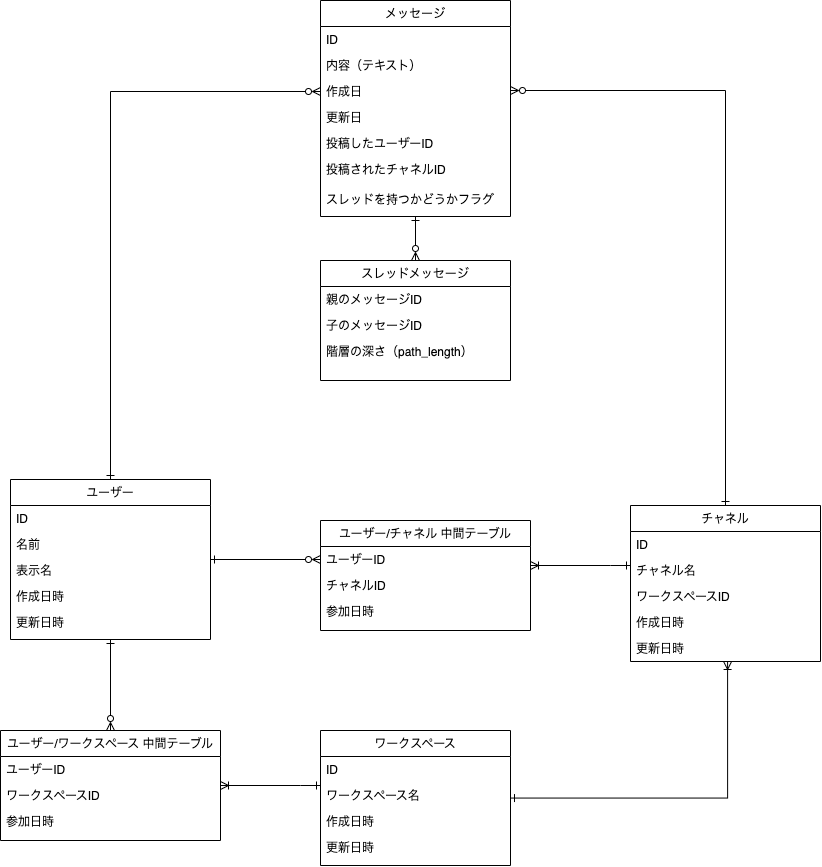
Before: db/reconsideration/DB2 Diagram.drawio.png, a diagram exported from draw.io (yuikoito/PrAhaChallenge). Source tidied: cells renumbered, new cells last; positions are measured from the earlier drawing's top-left corner, leaving out a move shared by most shapes.
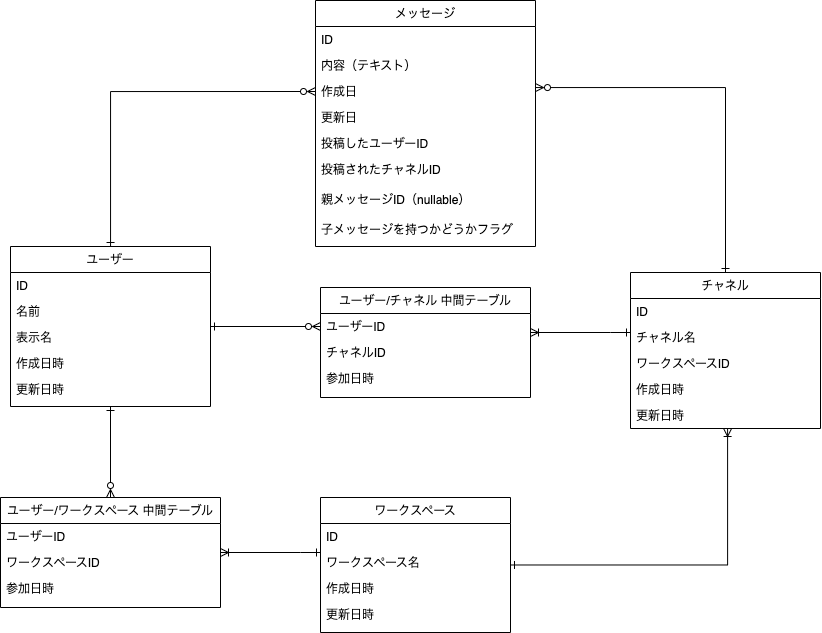
Above is the later version.

Diff of the diagram source:
```diff
@@ -29,52 +29,40 @@
     <mxCell id="10" value="更新日時&#10;" style="text;align=left;verticalAlign=top;spacingLeft=4;spacingRight=4;overflow=hidden;" parent="5" vertex="1">
       <mxGeometry y="130" width="200" height="26" as="geometry" />
     </mxCell>
-    <mxCell id="11" style="edgeStyle=orthogonalEdgeStyle;rounded=0;jettySize=auto;html=1;entryX=0.5;entryY=0;entryDx=0;entryDy=0;startArrow=ERone;startFill=0;endArrow=ERzeroToMany;endFill=0;" parent="1" edge="1" source="13" target="21">
-      <mxGeometry relative="1" as="geometry" />
-    </mxCell>
     <mxCell id="12" style="edgeStyle=orthogonalEdgeStyle;rounded=0;jettySize=auto;html=1;startArrow=ERzeroToMany;startFill=0;endArrow=ERone;endFill=0;" parent="1" edge="1" source="13" target="26">
       <mxGeometry relative="1" as="geometry">
         <Array as="points">
-          <mxPoint x="725" y="90" />
+          <mxPoint x="725" y="320" />
         </Array>
       </mxGeometry>
     </mxCell>
     <mxCell id="13" value="メッセージ" style="swimlane;fontStyle=0;align=center;verticalAlign=top;horizontal=1;startSize=26;rounded=0;shadow=0;strokeWidth=1;" parent="1" vertex="1">
-      <mxGeometry x="320" width="190" height="216" as="geometry" />
+      <mxGeometry x="315" y="233" width="220" height="246" as="geometry" />
     </mxCell>
     <mxCell id="14" value="ID" style="text;align=left;verticalAlign=top;spacingLeft=4;spacingRight=4;overflow=hidden;" parent="13" vertex="1">
-      <mxGeometry y="26" width="190" height="26" as="geometry" />
+      <mxGeometry y="26" width="220" height="26" as="geometry" />
     </mxCell>
     <mxCell id="15" value="内容（テキスト）" style="text;align=left;verticalAlign=top;spacingLeft=4;spacingRight=4;overflow=hidden;" parent="13" vertex="1">
-      <mxGeometry y="52" width="190" height="26" as="geometry" />
+      <mxGeometry y="52" width="220" height="26" as="geometry" />
     </mxCell>
     <mxCell id="16" value="作成日" style="text;align=left;verticalAlign=top;spacingLeft=4;spacingRight=4;overflow=hidden;points=[[0,0.5],[1,0.5]];portConstraint=eastwest;rounded=0;shadow=0;html=0;" parent="13" vertex="1">
-      <mxGeometry y="78" width="190" height="26" as="geometry" />
+      <mxGeometry y="78" width="220" height="26" as="geometry" />
     </mxCell>
     <mxCell id="17" value="更新日&#10;" style="text;align=left;verticalAlign=top;spacingLeft=4;spacingRight=4;overflow=hidden;rounded=0;shadow=0;html=0;" parent="13" vertex="1">
-      <mxGeometry y="104" width="190" height="26" as="geometry" />
+      <mxGeometry y="104" width="220" height="26" as="geometry" />
     </mxCell>
     <mxCell id="18" value="投稿したユーザーID" style="text;align=left;verticalAlign=top;spacingLeft=4;spacingRight=4;overflow=hidden;" parent="13" vertex="1">
-      <mxGeometry y="130" width="190" height="26" as="geometry" />
+      <mxGeometry y="130" width="220" height="26" as="geometry" />
     </mxCell>
     <mxCell id="19" value="投稿されたチャネルID" style="text;align=left;verticalAlign=top;spacingLeft=4;spacingRight=4;overflow=hidden;" parent="13" vertex="1">
-      <mxGeometry y="156" width="190" height="30" as="geometry" />
+      <mxGeometry y="156" width="220" height="30" as="geometry" />
     </mxCell>
-    <mxCell id="20" value="スレッドを持つかどうかフラグ" style="text;align=left;verticalAlign=top;spacingLeft=4;spacingRight=4;overflow=hidden;" parent="13" vertex="1">
-      <mxGeometry y="186" width="190" height="30" as="geometry" />
+    <mxCell id="20" value="親メッセージID（nullable）" style="text;align=left;verticalAlign=top;spacingLeft=4;spacingRight=4;overflow=hidden;" parent="13" vertex="1">
+      <mxGeometry y="186" width="220" height="30" as="geometry" />
     </mxCell>
-    <mxCell id="21" value="スレッドメッセージ" style="swimlane;fontStyle=0;align=center;verticalAlign=top;horizontal=1;startSize=26;rounded=0;shadow=0;strokeWidth=1;" parent="1" vertex="1">
-      <mxGeometry x="320" y="260" width="190" height="120" as="geometry" />
-    </mxCell>
-    <mxCell id="22" value="親のメッセージID" style="text;align=left;verticalAlign=top;spacingLeft=4;spacingRight=4;overflow=hidden;" parent="21" vertex="1">
-      <mxGeometry y="26" width="190" height="26" as="geometry" />
-    </mxCell>
-    <mxCell id="23" value="子のメッセージID" style="text;align=left;verticalAlign=top;spacingLeft=4;spacingRight=4;overflow=hidden;" parent="21" vertex="1">
-      <mxGeometry y="52" width="190" height="26" as="geometry" />
-    </mxCell>
-    <mxCell id="24" value="階層の深さ（path_length）" style="text;align=left;verticalAlign=top;spacingLeft=4;spacingRight=4;overflow=hidden;" parent="21" vertex="1">
-      <mxGeometry y="78" width="190" height="26" as="geometry" />
-    </mxCell>
+    <mxCell id="47" value="子メッセージを持つかどうかフラグ" style="text;align=left;verticalAlign=top;spacingLeft=4;spacingRight=4;overflow=hidden;" parent="13" vertex="1">
+      <mxGeometry y="216" width="220" height="30" as="geometry" />
+    </mxCell>
     <mxCell id="25" style="edgeStyle=orthogonalEdgeStyle;rounded=0;jettySize=auto;html=1;startArrow=ERone;startFill=0;endArrow=ERoneToMany;endFill=0;" parent="1" edge="1" source="26" target="32">
       <mxGeometry relative="1" as="geometry">
         <Array as="points">
```
